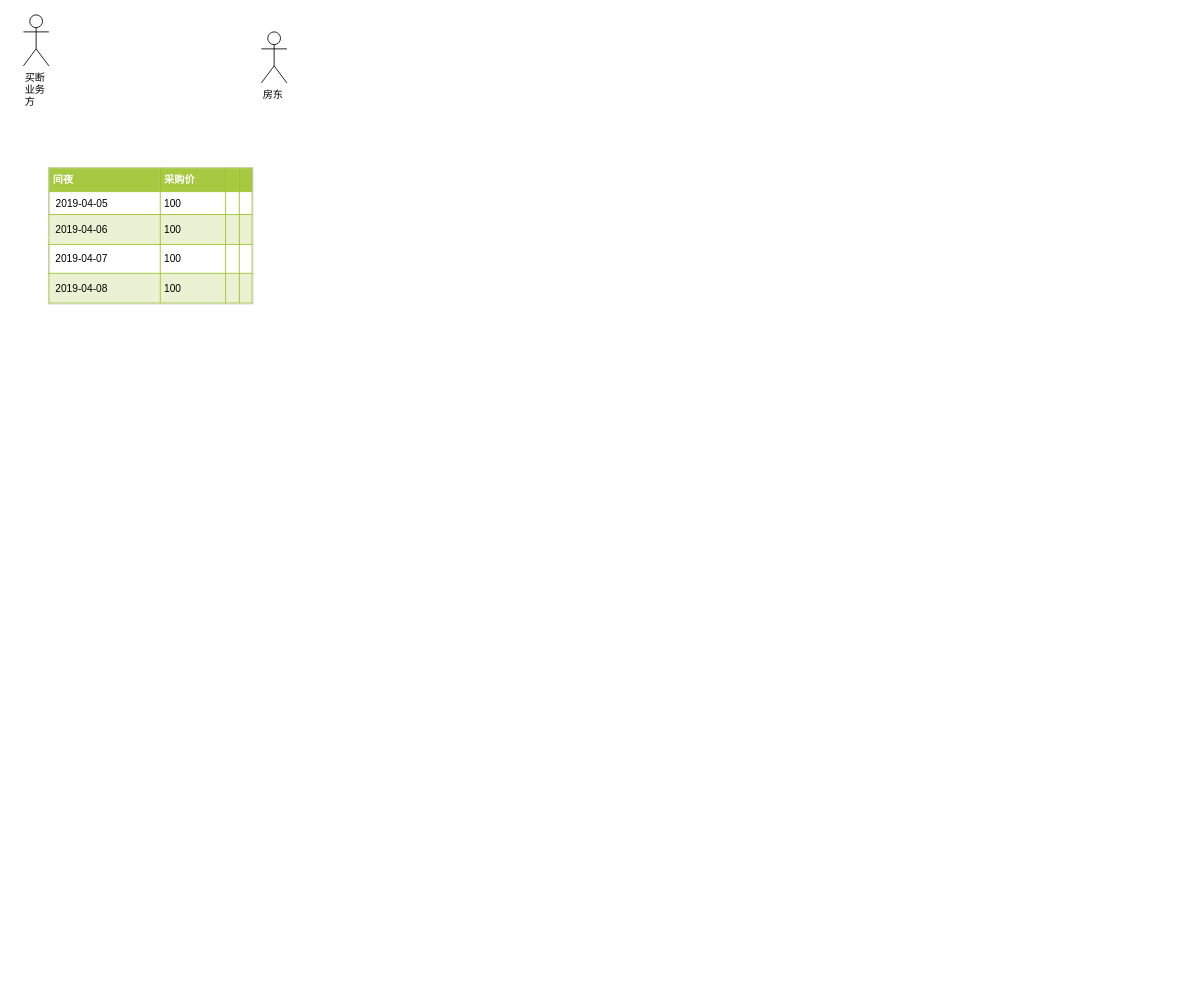
Before: page "具体case举例说明" (8 of 8) of 支付中心.drawio in NonePro/UML, a draw.io diagram. Source tidied: cells renumbered, new cells numbered last; positions are measured from the earlier drawing's top-left corner, leaving out a move shared by most shapes. Both pictures are drawn from the tidied source at 85%, with x=0, y=0 at pixel (23, 14).
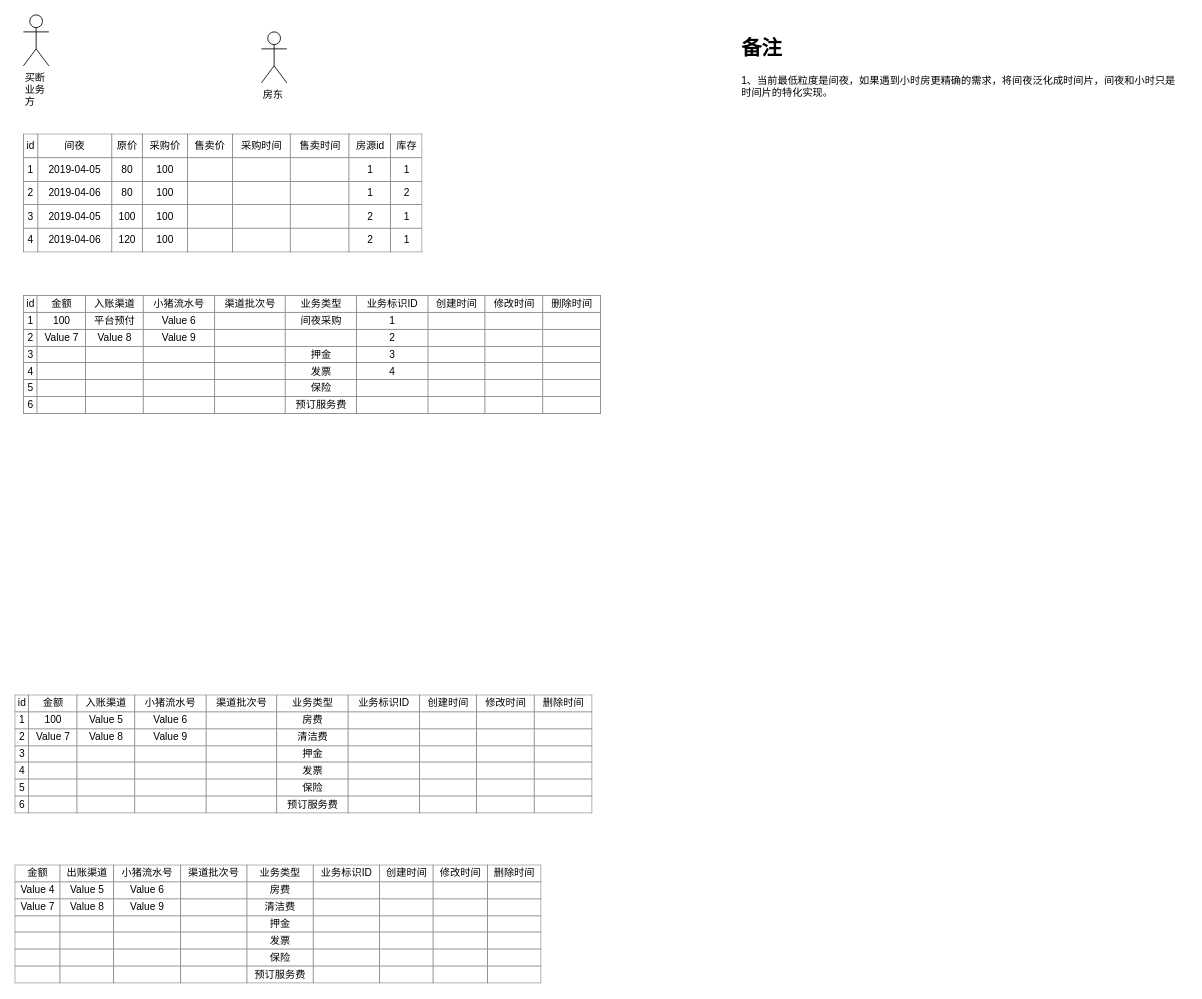
Above is the later version.

Change to the diagram source:
```diff
@@
 <mxGraphModel>
   <root>
     <mxCell id="0" />
     <mxCell id="1" parent="0" />
     <mxCell id="2" value="买断&lt;br&gt;业务&lt;br&gt;方" style="shape=umlActor;verticalLabelPosition=bottom;labelBackgroundColor=#ffffff;verticalAlign=top;html=1;align=left;" parent="1" vertex="1">
       <mxGeometry width="30" height="60" as="geometry" />
     </mxCell>
     <mxCell id="3" value="房东" style="shape=umlActor;verticalLabelPosition=bottom;labelBackgroundColor=#ffffff;verticalAlign=top;html=1;align=left;" parent="1" vertex="1">
       <mxGeometry x="280" y="20" width="30" height="60" as="geometry" />
     </mxCell>
-    <mxCell id="4" value="&lt;table border=&quot;1&quot; width=&quot;100%&quot; cellpadding=&quot;4&quot; style=&quot;width: 100% ; height: 100% ; border-collapse: collapse&quot;&gt;&lt;tbody&gt;&lt;tr style=&quot;background-color: #a7c942 ; color: #ffffff ; border: 1px solid #98bf21&quot;&gt;&lt;th align=&quot;left&quot;&gt;间夜&lt;/th&gt;&lt;th align=&quot;left&quot;&gt;采购价&lt;/th&gt;&lt;th align=&quot;left&quot;&gt;&lt;br&gt;&lt;/th&gt;&lt;td&gt;&lt;br&gt;&lt;/td&gt;&lt;/tr&gt;&lt;tr style=&quot;border: 1px solid #98bf21&quot;&gt;&lt;td&gt;&amp;nbsp;2019-04-05&lt;/td&gt;&lt;td&gt;100&lt;/td&gt;&lt;td&gt;&lt;br&gt;&lt;/td&gt;&lt;td&gt;&lt;br&gt;&lt;/td&gt;&lt;/tr&gt;&lt;tr style=&quot;background-color: #eaf2d3 ; border: 1px solid #98bf21&quot;&gt;&lt;td&gt;&lt;table&gt;&lt;tbody&gt;&lt;tr&gt;&lt;td&gt;2019-04-06&lt;br&gt;&lt;/td&gt;&lt;/tr&gt;&lt;/tbody&gt;&lt;/table&gt;&lt;/td&gt;&lt;td&gt;100&lt;/td&gt;&lt;td&gt;&lt;/td&gt;&lt;td&gt;&lt;br&gt;&lt;/td&gt;&lt;/tr&gt;&lt;tr style=&quot;border: 1px solid #98bf21&quot;&gt;&lt;td&gt;&lt;table&gt;&lt;tbody&gt;&lt;tr&gt;&lt;td&gt;2019-04-07&lt;br&gt;&lt;/td&gt;&lt;/tr&gt;&lt;/tbody&gt;&lt;/table&gt;&lt;/td&gt;&lt;td&gt;100&lt;/td&gt;&lt;td&gt;&lt;br&gt;&lt;/td&gt;&lt;td&gt;&lt;br&gt;&lt;/td&gt;&lt;/tr&gt;&lt;tr style=&quot;background-color: #eaf2d3 ; border: 1px solid #98bf21&quot;&gt;&lt;td&gt;&lt;table&gt;&lt;tbody&gt;&lt;tr&gt;&lt;td&gt;2019-04-08&lt;br&gt;&lt;/td&gt;&lt;/tr&gt;&lt;/tbody&gt;&lt;/table&gt;&lt;/td&gt;&lt;td&gt;100&lt;/td&gt;&lt;td&gt;&lt;br&gt;&lt;/td&gt;&lt;td&gt;&lt;br&gt;&lt;/td&gt;&lt;/tr&gt;&lt;/tbody&gt;&lt;/table&gt;" style="text;html=1;strokeColor=#c0c0c0;fillColor=#ffffff;overflow=fill;rounded=0;align=left;flipV=1;flipH=1;" parent="1" vertex="1">
-      <mxGeometry x="30" y="180" width="240" height="160" as="geometry" />
-    </mxCell>
+    <mxCell id="5" value="&lt;table border=&quot;1&quot; width=&quot;100%&quot; style=&quot;width: 100% ; height: 100% ; border-collapse: collapse&quot;&gt;&lt;tbody&gt;&lt;tr&gt;&lt;td&gt;id&lt;/td&gt;&lt;td align=&quot;center&quot;&gt;间夜&lt;/td&gt;&lt;td align=&quot;center&quot;&gt;原价&lt;/td&gt;&lt;td&gt;采购价&lt;/td&gt;&lt;td&gt;售卖价&lt;/td&gt;&lt;td&gt;采购时间&lt;/td&gt;&lt;td&gt;售卖时间&lt;/td&gt;&lt;td&gt;房源id&lt;/td&gt;&lt;td&gt;库存&lt;/td&gt;&lt;/tr&gt;&lt;tr&gt;&lt;td&gt;1&lt;/td&gt;&lt;td align=&quot;center&quot;&gt;2019-04-05&lt;/td&gt;&lt;td align=&quot;center&quot;&gt;80&lt;/td&gt;&lt;td&gt;100&lt;/td&gt;&lt;td&gt;&lt;br&gt;&lt;/td&gt;&lt;td&gt;&lt;br&gt;&lt;/td&gt;&lt;td&gt;&lt;br&gt;&lt;/td&gt;&lt;td&gt;1&lt;/td&gt;&lt;td&gt;1&lt;/td&gt;&lt;/tr&gt;&lt;tr&gt;&lt;td&gt;2&lt;/td&gt;&lt;td align=&quot;center&quot;&gt;2019-04-06&lt;br&gt;&lt;/td&gt;&lt;td align=&quot;center&quot;&gt;80&lt;/td&gt;&lt;td&gt;100&lt;/td&gt;&lt;td&gt;&lt;br&gt;&lt;/td&gt;&lt;td&gt;&lt;br&gt;&lt;/td&gt;&lt;td&gt;&lt;br&gt;&lt;/td&gt;&lt;td&gt;1&lt;/td&gt;&lt;td&gt;2&lt;/td&gt;&lt;/tr&gt;&lt;tr&gt;&lt;td&gt;3&lt;/td&gt;&lt;td&gt;2019-04-05&lt;br&gt;&lt;/td&gt;&lt;td&gt;100&lt;/td&gt;&lt;td&gt;100&lt;/td&gt;&lt;td&gt;&lt;br&gt;&lt;/td&gt;&lt;td&gt;&lt;br&gt;&lt;/td&gt;&lt;td&gt;&lt;br&gt;&lt;/td&gt;&lt;td&gt;2&lt;/td&gt;&lt;td&gt;1&lt;/td&gt;&lt;/tr&gt;&lt;tr&gt;&lt;td&gt;4&lt;/td&gt;&lt;td&gt;2019-04-06&lt;br&gt;&lt;/td&gt;&lt;td&gt;120&lt;/td&gt;&lt;td&gt;100&lt;/td&gt;&lt;td&gt;&lt;br&gt;&lt;/td&gt;&lt;td&gt;&lt;br&gt;&lt;/td&gt;&lt;td&gt;&lt;br&gt;&lt;/td&gt;&lt;td&gt;2&lt;/td&gt;&lt;td&gt;1&lt;/td&gt;&lt;/tr&gt;&lt;/tbody&gt;&lt;/table&gt;" style="text;html=1;strokeColor=none;fillColor=none;overflow=fill;align=center;" parent="1" vertex="1">
+      <mxGeometry y="140" width="470" height="140" as="geometry" />
+    </mxCell>
+    <mxCell id="6" value="&lt;table border=&quot;1&quot; width=&quot;100%&quot; style=&quot;width: 100% ; height: 100% ; border-collapse: collapse&quot;&gt;&lt;tbody&gt;&lt;tr&gt;&lt;td&gt;id&lt;/td&gt;&lt;td align=&quot;center&quot;&gt;金额&lt;/td&gt;&lt;td align=&quot;center&quot;&gt;入账渠道&lt;/td&gt;&lt;td align=&quot;center&quot;&gt;小猪流水号&lt;/td&gt;&lt;td&gt;渠道批次号&lt;/td&gt;&lt;td&gt;业务类型&lt;/td&gt;&lt;td&gt;业务标识ID&lt;/td&gt;&lt;td&gt;创建时间&lt;/td&gt;&lt;td&gt;修改时间&lt;/td&gt;&lt;td&gt;删除时间&lt;/td&gt;&lt;/tr&gt;&lt;tr&gt;&lt;td&gt;1&lt;/td&gt;&lt;td align=&quot;center&quot;&gt;100&lt;/td&gt;&lt;td align=&quot;center&quot;&gt;Value 5&lt;/td&gt;&lt;td align=&quot;center&quot;&gt;Value 6&lt;/td&gt;&lt;td&gt;&lt;br&gt;&lt;/td&gt;&lt;td&gt;房费&lt;/td&gt;&lt;td&gt;&lt;br&gt;&lt;/td&gt;&lt;td&gt;&lt;br&gt;&lt;/td&gt;&lt;td&gt;&lt;br&gt;&lt;/td&gt;&lt;td&gt;&lt;br&gt;&lt;/td&gt;&lt;/tr&gt;&lt;tr&gt;&lt;td&gt;2&lt;/td&gt;&lt;td align=&quot;center&quot;&gt;Value 7&lt;/td&gt;&lt;td align=&quot;center&quot;&gt;Value 8&lt;/td&gt;&lt;td align=&quot;center&quot;&gt;Value 9&lt;/td&gt;&lt;td&gt;&lt;br&gt;&lt;/td&gt;&lt;td&gt;清洁费&lt;/td&gt;&lt;td&gt;&lt;br&gt;&lt;/td&gt;&lt;td&gt;&lt;br&gt;&lt;/td&gt;&lt;td&gt;&lt;br&gt;&lt;/td&gt;&lt;td&gt;&lt;br&gt;&lt;/td&gt;&lt;/tr&gt;&lt;tr&gt;&lt;td&gt;3&lt;/td&gt;&lt;td&gt;&lt;br&gt;&lt;/td&gt;&lt;td&gt;&lt;br&gt;&lt;/td&gt;&lt;td&gt;&lt;br&gt;&lt;/td&gt;&lt;td&gt;&lt;br&gt;&lt;/td&gt;&lt;td&gt;押金&lt;/td&gt;&lt;td&gt;&lt;br&gt;&lt;/td&gt;&lt;td&gt;&lt;br&gt;&lt;/td&gt;&lt;td&gt;&lt;br&gt;&lt;/td&gt;&lt;td&gt;&lt;br&gt;&lt;/td&gt;&lt;/tr&gt;&lt;tr&gt;&lt;td&gt;4&lt;/td&gt;&lt;td&gt;&lt;br&gt;&lt;/td&gt;&lt;td&gt;&lt;br&gt;&lt;/td&gt;&lt;td&gt;&lt;br&gt;&lt;/td&gt;&lt;td&gt;&lt;br&gt;&lt;/td&gt;&lt;td&gt;发票&lt;/td&gt;&lt;td&gt;&lt;br&gt;&lt;/td&gt;&lt;td&gt;&lt;br&gt;&lt;/td&gt;&lt;td&gt;&lt;br&gt;&lt;/td&gt;&lt;td&gt;&lt;br&gt;&lt;/td&gt;&lt;/tr&gt;&lt;tr&gt;&lt;td&gt;5&lt;/td&gt;&lt;td&gt;&lt;br&gt;&lt;/td&gt;&lt;td&gt;&lt;br&gt;&lt;/td&gt;&lt;td&gt;&lt;br&gt;&lt;/td&gt;&lt;td&gt;&lt;br&gt;&lt;/td&gt;&lt;td&gt;保险&lt;/td&gt;&lt;td&gt;&lt;br&gt;&lt;/td&gt;&lt;td&gt;&lt;br&gt;&lt;/td&gt;&lt;td&gt;&lt;br&gt;&lt;/td&gt;&lt;td&gt;&lt;br&gt;&lt;/td&gt;&lt;/tr&gt;&lt;tr&gt;&lt;td&gt;6&lt;/td&gt;&lt;td&gt;&lt;br&gt;&lt;/td&gt;&lt;td&gt;&lt;br&gt;&lt;/td&gt;&lt;td&gt;&lt;br&gt;&lt;/td&gt;&lt;td&gt;&lt;br&gt;&lt;/td&gt;&lt;td&gt;预订服务费&lt;/td&gt;&lt;td&gt;&lt;br&gt;&lt;/td&gt;&lt;td&gt;&lt;br&gt;&lt;/td&gt;&lt;td&gt;&lt;br&gt;&lt;/td&gt;&lt;td&gt;&lt;br&gt;&lt;/td&gt;&lt;/tr&gt;&lt;/tbody&gt;&lt;/table&gt;" style="text;html=1;strokeColor=none;fillColor=none;overflow=fill;align=center;" parent="1" vertex="1">
+      <mxGeometry x="-10" y="800" width="680" height="140" as="geometry" />
+    </mxCell>
+    <mxCell id="7" value="&lt;table border=&quot;1&quot; width=&quot;100%&quot; style=&quot;width: 100% ; height: 100% ; border-collapse: collapse&quot;&gt;&lt;tbody&gt;&lt;tr&gt;&lt;td align=&quot;center&quot;&gt;金额&lt;/td&gt;&lt;td align=&quot;center&quot;&gt;出账渠道&lt;/td&gt;&lt;td align=&quot;center&quot;&gt;小猪流水号&lt;/td&gt;&lt;td&gt;渠道批次号&lt;/td&gt;&lt;td&gt;业务类型&lt;/td&gt;&lt;td&gt;业务标识ID&lt;/td&gt;&lt;td&gt;创建时间&lt;/td&gt;&lt;td&gt;修改时间&lt;/td&gt;&lt;td&gt;删除时间&lt;/td&gt;&lt;/tr&gt;&lt;tr&gt;&lt;td align=&quot;center&quot;&gt;Value 4&lt;/td&gt;&lt;td align=&quot;center&quot;&gt;Value 5&lt;/td&gt;&lt;td align=&quot;center&quot;&gt;Value 6&lt;/td&gt;&lt;td&gt;&lt;br&gt;&lt;/td&gt;&lt;td&gt;房费&lt;/td&gt;&lt;td&gt;&lt;br&gt;&lt;/td&gt;&lt;td&gt;&lt;br&gt;&lt;/td&gt;&lt;td&gt;&lt;br&gt;&lt;/td&gt;&lt;td&gt;&lt;br&gt;&lt;/td&gt;&lt;/tr&gt;&lt;tr&gt;&lt;td align=&quot;center&quot;&gt;Value 7&lt;/td&gt;&lt;td align=&quot;center&quot;&gt;Value 8&lt;/td&gt;&lt;td align=&quot;center&quot;&gt;Value 9&lt;/td&gt;&lt;td&gt;&lt;br&gt;&lt;/td&gt;&lt;td&gt;清洁费&lt;/td&gt;&lt;td&gt;&lt;br&gt;&lt;/td&gt;&lt;td&gt;&lt;br&gt;&lt;/td&gt;&lt;td&gt;&lt;br&gt;&lt;/td&gt;&lt;td&gt;&lt;br&gt;&lt;/td&gt;&lt;/tr&gt;&lt;tr&gt;&lt;td&gt;&lt;br&gt;&lt;/td&gt;&lt;td&gt;&lt;br&gt;&lt;/td&gt;&lt;td&gt;&lt;br&gt;&lt;/td&gt;&lt;td&gt;&lt;br&gt;&lt;/td&gt;&lt;td&gt;押金&lt;/td&gt;&lt;td&gt;&lt;br&gt;&lt;/td&gt;&lt;td&gt;&lt;br&gt;&lt;/td&gt;&lt;td&gt;&lt;br&gt;&lt;/td&gt;&lt;td&gt;&lt;br&gt;&lt;/td&gt;&lt;/tr&gt;&lt;tr&gt;&lt;td&gt;&lt;br&gt;&lt;/td&gt;&lt;td&gt;&lt;br&gt;&lt;/td&gt;&lt;td&gt;&lt;br&gt;&lt;/td&gt;&lt;td&gt;&lt;br&gt;&lt;/td&gt;&lt;td&gt;发票&lt;/td&gt;&lt;td&gt;&lt;br&gt;&lt;/td&gt;&lt;td&gt;&lt;br&gt;&lt;/td&gt;&lt;td&gt;&lt;br&gt;&lt;/td&gt;&lt;td&gt;&lt;br&gt;&lt;/td&gt;&lt;/tr&gt;&lt;tr&gt;&lt;td&gt;&lt;br&gt;&lt;/td&gt;&lt;td&gt;&lt;br&gt;&lt;/td&gt;&lt;td&gt;&lt;br&gt;&lt;/td&gt;&lt;td&gt;&lt;br&gt;&lt;/td&gt;&lt;td&gt;保险&lt;/td&gt;&lt;td&gt;&lt;br&gt;&lt;/td&gt;&lt;td&gt;&lt;br&gt;&lt;/td&gt;&lt;td&gt;&lt;br&gt;&lt;/td&gt;&lt;td&gt;&lt;br&gt;&lt;/td&gt;&lt;/tr&gt;&lt;tr&gt;&lt;td&gt;&lt;br&gt;&lt;/td&gt;&lt;td&gt;&lt;br&gt;&lt;/td&gt;&lt;td&gt;&lt;br&gt;&lt;/td&gt;&lt;td&gt;&lt;br&gt;&lt;/td&gt;&lt;td&gt;预订服务费&lt;/td&gt;&lt;td&gt;&lt;br&gt;&lt;/td&gt;&lt;td&gt;&lt;br&gt;&lt;/td&gt;&lt;td&gt;&lt;br&gt;&lt;/td&gt;&lt;td&gt;&lt;br&gt;&lt;/td&gt;&lt;/tr&gt;&lt;/tbody&gt;&lt;/table&gt;" style="text;html=1;strokeColor=none;fillColor=none;overflow=fill;align=center;" parent="1" vertex="1">
+      <mxGeometry x="-9.8" y="1000" width="620" height="140" as="geometry" />
+    </mxCell>
+    <mxCell id="8" value="&lt;table border=&quot;1&quot; width=&quot;100%&quot; style=&quot;width: 100% ; height: 100% ; border-collapse: collapse&quot;&gt;&lt;tbody&gt;&lt;tr&gt;&lt;td&gt;id&lt;/td&gt;&lt;td align=&quot;center&quot;&gt;金额&lt;/td&gt;&lt;td align=&quot;center&quot;&gt;入账渠道&lt;/td&gt;&lt;td align=&quot;center&quot;&gt;小猪流水号&lt;/td&gt;&lt;td&gt;渠道批次号&lt;/td&gt;&lt;td&gt;业务类型&lt;/td&gt;&lt;td&gt;业务标识ID&lt;/td&gt;&lt;td&gt;创建时间&lt;/td&gt;&lt;td&gt;修改时间&lt;/td&gt;&lt;td&gt;删除时间&lt;/td&gt;&lt;/tr&gt;&lt;tr&gt;&lt;td&gt;1&lt;/td&gt;&lt;td align=&quot;center&quot;&gt;100&lt;/td&gt;&lt;td align=&quot;center&quot;&gt;平台预付&lt;/td&gt;&lt;td align=&quot;center&quot;&gt;Value 6&lt;/td&gt;&lt;td&gt;&lt;br&gt;&lt;/td&gt;&lt;td&gt;间夜采购&lt;/td&gt;&lt;td&gt;1&lt;/td&gt;&lt;td&gt;&lt;br&gt;&lt;/td&gt;&lt;td&gt;&lt;br&gt;&lt;/td&gt;&lt;td&gt;&lt;br&gt;&lt;/td&gt;&lt;/tr&gt;&lt;tr&gt;&lt;td&gt;2&lt;/td&gt;&lt;td align=&quot;center&quot;&gt;Value 7&lt;/td&gt;&lt;td align=&quot;center&quot;&gt;Value 8&lt;/td&gt;&lt;td align=&quot;center&quot;&gt;Value 9&lt;/td&gt;&lt;td&gt;&lt;br&gt;&lt;/td&gt;&lt;td&gt;&lt;br&gt;&lt;/td&gt;&lt;td&gt;2&lt;/td&gt;&lt;td&gt;&lt;br&gt;&lt;/td&gt;&lt;td&gt;&lt;br&gt;&lt;/td&gt;&lt;td&gt;&lt;br&gt;&lt;/td&gt;&lt;/tr&gt;&lt;tr&gt;&lt;td&gt;3&lt;/td&gt;&lt;td&gt;&lt;br&gt;&lt;/td&gt;&lt;td&gt;&lt;br&gt;&lt;/td&gt;&lt;td&gt;&lt;br&gt;&lt;/td&gt;&lt;td&gt;&lt;br&gt;&lt;/td&gt;&lt;td&gt;押金&lt;/td&gt;&lt;td&gt;3&lt;/td&gt;&lt;td&gt;&lt;br&gt;&lt;/td&gt;&lt;td&gt;&lt;br&gt;&lt;/td&gt;&lt;td&gt;&lt;br&gt;&lt;/td&gt;&lt;/tr&gt;&lt;tr&gt;&lt;td&gt;4&lt;/td&gt;&lt;td&gt;&lt;br&gt;&lt;/td&gt;&lt;td&gt;&lt;br&gt;&lt;/td&gt;&lt;td&gt;&lt;br&gt;&lt;/td&gt;&lt;td&gt;&lt;br&gt;&lt;/td&gt;&lt;td&gt;发票&lt;/td&gt;&lt;td&gt;4&lt;/td&gt;&lt;td&gt;&lt;br&gt;&lt;/td&gt;&lt;td&gt;&lt;br&gt;&lt;/td&gt;&lt;td&gt;&lt;br&gt;&lt;/td&gt;&lt;/tr&gt;&lt;tr&gt;&lt;td&gt;5&lt;/td&gt;&lt;td&gt;&lt;br&gt;&lt;/td&gt;&lt;td&gt;&lt;br&gt;&lt;/td&gt;&lt;td&gt;&lt;br&gt;&lt;/td&gt;&lt;td&gt;&lt;br&gt;&lt;/td&gt;&lt;td&gt;保险&lt;/td&gt;&lt;td&gt;&lt;br&gt;&lt;/td&gt;&lt;td&gt;&lt;br&gt;&lt;/td&gt;&lt;td&gt;&lt;br&gt;&lt;/td&gt;&lt;td&gt;&lt;br&gt;&lt;/td&gt;&lt;/tr&gt;&lt;tr&gt;&lt;td&gt;6&lt;/td&gt;&lt;td&gt;&lt;br&gt;&lt;/td&gt;&lt;td&gt;&lt;br&gt;&lt;/td&gt;&lt;td&gt;&lt;br&gt;&lt;/td&gt;&lt;td&gt;&lt;br&gt;&lt;/td&gt;&lt;td&gt;预订服务费&lt;/td&gt;&lt;td&gt;&lt;br&gt;&lt;/td&gt;&lt;td&gt;&lt;br&gt;&lt;/td&gt;&lt;td&gt;&lt;br&gt;&lt;/td&gt;&lt;td&gt;&lt;br&gt;&lt;/td&gt;&lt;/tr&gt;&lt;/tbody&gt;&lt;/table&gt;" style="text;html=1;strokeColor=none;fillColor=none;overflow=fill;align=center;" parent="1" vertex="1">
+      <mxGeometry y="330" width="680" height="140" as="geometry" />
+    </mxCell>
+    <mxCell id="9" value="&lt;h1 style=&quot;text-align: left&quot;&gt;备注&lt;/h1&gt;&lt;div&gt;1、当前最低粒度是间夜，如果遇到小时房更精确的需求，将间夜泛化成时间片，间夜和小时只是时间片的特化实现。&lt;/div&gt;" style="text;html=1;strokeColor=none;fillColor=none;spacing=5;spacingTop=-20;whiteSpace=wrap;overflow=hidden;rounded=0;align=left;" parent="1" vertex="1">
+      <mxGeometry x="840" y="20" width="530" height="120" as="geometry" />
+    </mxCell>
   </root>
 </mxGraphModel>
```
